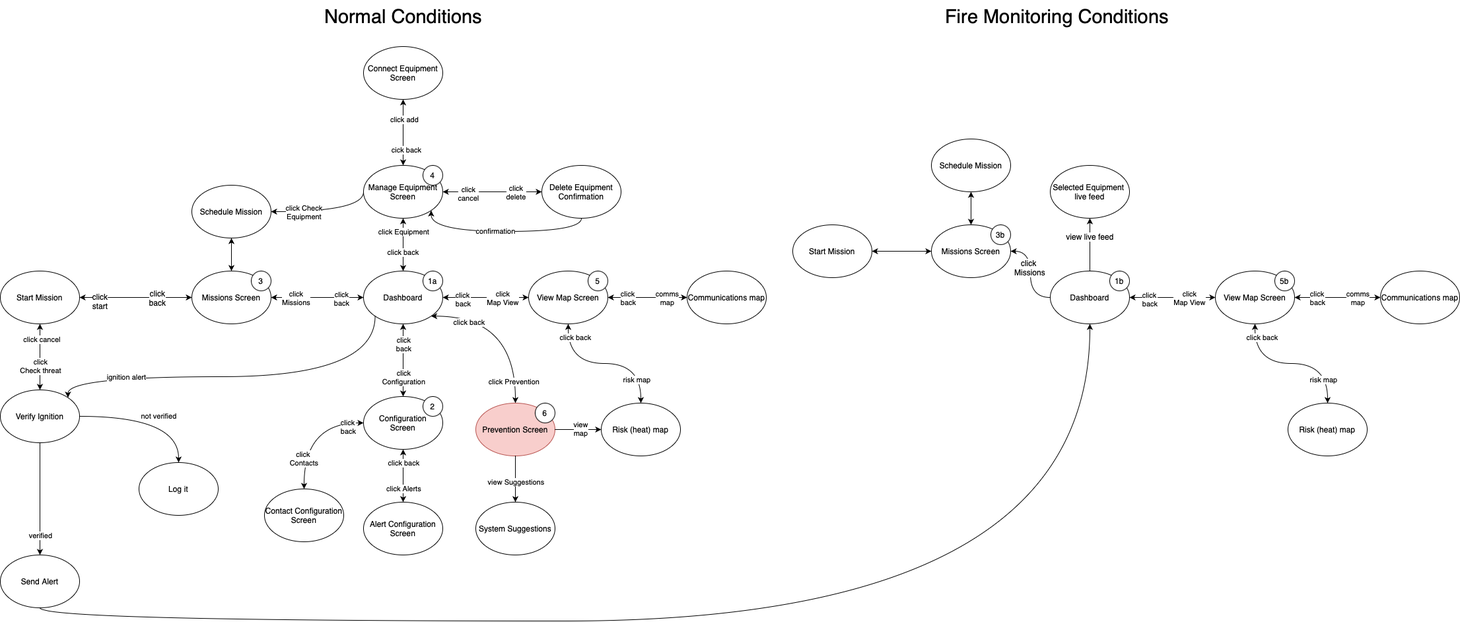
This is PDM.drawio.png from Fire-Prevention/fire-prevention, a draw.io export, as it was before one commit. Source tidied: cells renumbered, new cells last; positions are measured from the earlier drawing's top-left corner, leaving out a move shared by most shapes.
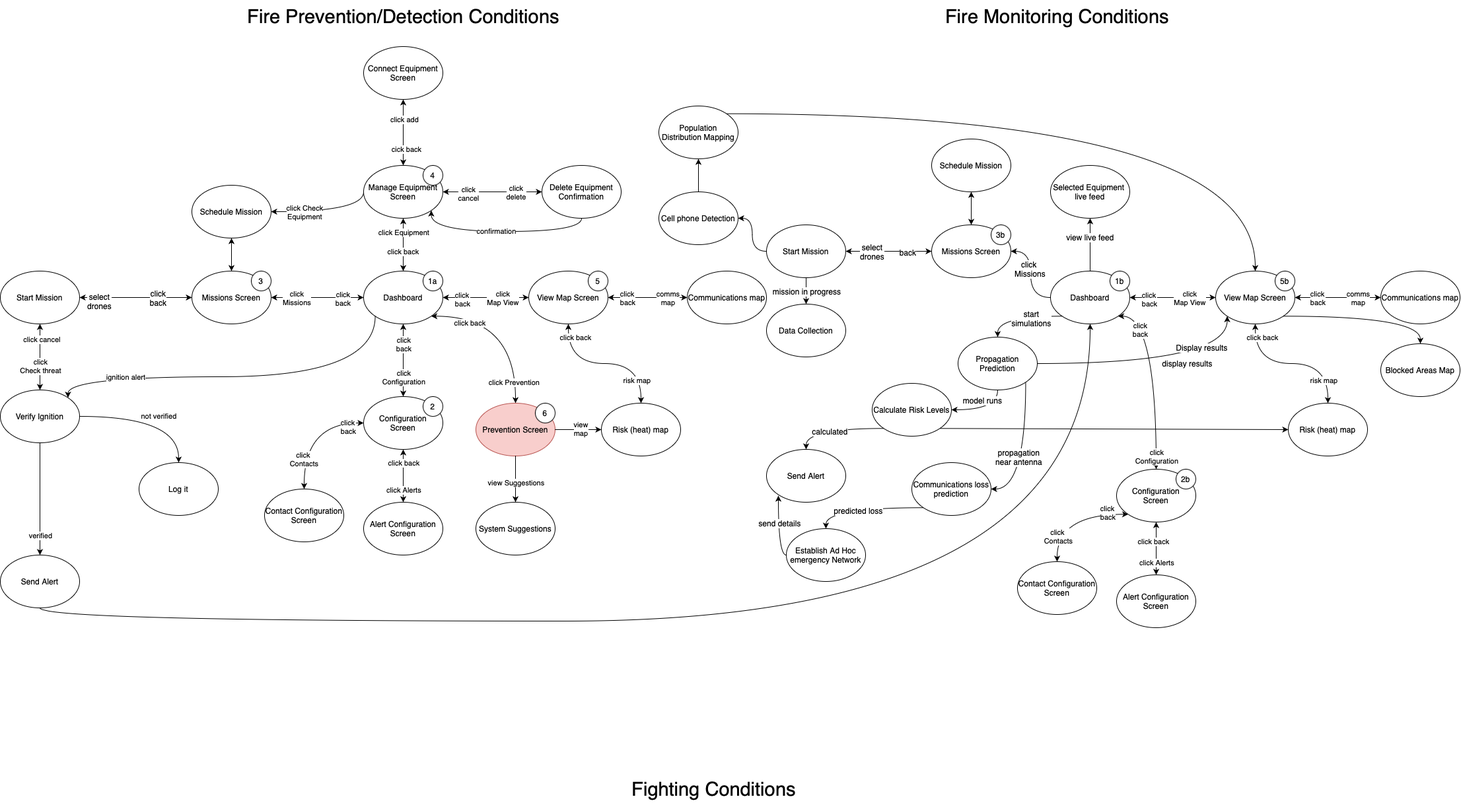
The same file after the commit.

The edit, as a diff of the source:
```diff
@@ -98,7 +98,7 @@
     <mxCell id="29" style="edgeStyle=orthogonalEdgeStyle;curved=1;rounded=0;jettySize=auto;html=1;exitX=0;exitY=0.5;exitDx=0;exitDy=0;startArrow=classic;startFill=1;" parent="1" edge="1" source="24" target="32">
       <mxGeometry relative="1" as="geometry" />
     </mxCell>
-    <mxCell id="30" value="click &lt;br&gt;start" style="edgeLabel;html=1;align=center;verticalAlign=middle;fontSize=12;" parent="29" vertex="1">
+    <mxCell id="30" value="select&lt;br&gt;drones" style="edgeLabel;html=1;align=center;verticalAlign=middle;fontSize=12;" parent="29" vertex="1">
       <mxGeometry x="0.17" y="-5" relative="1" as="geometry">
         <mxPoint x="-41" y="10" as="offset" />
       </mxGeometry>
@@ -325,8 +325,8 @@
         <mxPoint x="-328" y="4" as="offset" />
       </mxGeometry>
     </mxCell>
-    <mxCell id="89" value="&lt;font style=&quot;font-size: 29px;&quot;&gt;Normal Conditions&lt;/font&gt;" style="text;html=1;align=center;verticalAlign=middle;strokeColor=none;fillColor=none;" parent="1" vertex="1">
-      <mxGeometry x="480" width="260" height="50" as="geometry" />
+    <mxCell id="89" value="&lt;font style=&quot;font-size: 29px;&quot;&gt;Fire Prevention/Detection Conditions&lt;/font&gt;" style="text;html=1;align=center;verticalAlign=middle;strokeColor=none;fillColor=none;" parent="1" vertex="1">
+      <mxGeometry x="360" width="500" height="50" as="geometry" />
     </mxCell>
     <mxCell id="90" value="&lt;font style=&quot;font-size: 29px;&quot;&gt;Fire Monitoring Conditions&lt;/font&gt;" style="text;html=1;align=center;verticalAlign=middle;strokeColor=none;fillColor=none;" parent="1" vertex="1">
       <mxGeometry x="1420" width="360" height="50" as="geometry" />
@@ -417,8 +417,16 @@
     <mxCell id="114" style="edgeStyle=orthogonalEdgeStyle;curved=1;rounded=0;jettySize=auto;html=1;exitX=0;exitY=0.5;exitDx=0;exitDy=0;startArrow=classic;startFill=1;" parent="1" edge="1" source="112" target="115">
       <mxGeometry relative="1" as="geometry" />
     </mxCell>
+    <mxCell id="122" value="select&lt;br&gt;drones" style="edgeLabel;html=1;align=center;verticalAlign=middle;fontSize=12;" parent="114" vertex="1">
+      <mxGeometry x="-0.33" y="-4" relative="1" as="geometry">
+        <mxPoint x="-46" y="4" as="offset" />
+      </mxGeometry>
+    </mxCell>
+    <mxCell id="123" value="back" style="edgeLabel;html=1;align=center;verticalAlign=middle;fontSize=12;" parent="114" vertex="1">
+      <mxGeometry x="-0.43" y="1" relative="1" as="geometry" />
+    </mxCell>
     <mxCell id="115" style="group;" parent="1" vertex="1">
-      <mxGeometry x="1200" y="340" width="120" height="80" as="geometry" />
+      <mxGeometry x="1160" y="340" width="120" height="80" as="geometry" />
     </mxCell>
     <mxCell id="116" value="Start Mission" style="ellipse;whiteSpace=wrap;html=1;" parent="115" vertex="1">
       <mxGeometry width="120" height="80" as="geometry" />
@@ -440,5 +448,189 @@
     <mxCell id="121" value="Schedule Mission" style="ellipse;whiteSpace=wrap;html=1;" parent="120" vertex="1">
       <mxGeometry y="-20" width="120" height="80" as="geometry" />
     </mxCell>
+    <mxCell id="124" style="edgeStyle=orthogonalEdgeStyle;curved=1;rounded=0;jettySize=auto;html=1;exitX=0.5;exitY=1;exitDx=0;exitDy=0;fontSize=12;startArrow=none;startFill=0;" parent="1" edge="1" source="116" target="126">
+      <mxGeometry relative="1" as="geometry" />
+    </mxCell>
+    <mxCell id="125" value="mission in progress&lt;br&gt;" style="edgeLabel;html=1;align=center;verticalAlign=middle;fontSize=12;" parent="124" vertex="1">
+      <mxGeometry x="0.41" relative="1" as="geometry">
+        <mxPoint y="-8" as="offset" />
+      </mxGeometry>
+    </mxCell>
+    <mxCell id="126" value="Data Collection" style="ellipse;whiteSpace=wrap;html=1;fontSize=12;" parent="1" vertex="1">
+      <mxGeometry x="1160" y="460" width="120" height="80" as="geometry" />
+    </mxCell>
+    <mxCell id="127" style="edgeStyle=orthogonalEdgeStyle;curved=1;rounded=0;jettySize=auto;html=1;exitX=0;exitY=0.5;exitDx=0;exitDy=0;fontSize=12;startArrow=none;startFill=0;" parent="1" edge="1" source="116" target="129">
+      <mxGeometry relative="1" as="geometry" />
+    </mxCell>
+    <mxCell id="128" style="edgeStyle=orthogonalEdgeStyle;curved=1;rounded=0;jettySize=auto;html=1;exitX=0.5;exitY=0;exitDx=0;exitDy=0;fontSize=12;startArrow=none;startFill=0;" parent="1" edge="1" source="129" target="131">
+      <mxGeometry relative="1" as="geometry" />
+    </mxCell>
+    <mxCell id="129" value="Cell phone Detection" style="ellipse;whiteSpace=wrap;html=1;fontSize=12;" parent="1" vertex="1">
+      <mxGeometry x="997" y="290" width="120" height="80" as="geometry" />
+    </mxCell>
+    <mxCell id="130" style="edgeStyle=orthogonalEdgeStyle;curved=1;rounded=0;jettySize=auto;html=1;exitX=1;exitY=0;exitDx=0;exitDy=0;entryX=0.5;entryY=0;entryDx=0;entryDy=0;fontSize=12;startArrow=none;startFill=0;" parent="1" edge="1" source="131" target="98">
+      <mxGeometry relative="1" as="geometry" />
+    </mxCell>
+    <mxCell id="131" value="Population Distribution Mapping" style="ellipse;whiteSpace=wrap;html=1;fontSize=12;" parent="1" vertex="1">
+      <mxGeometry x="997" y="160" width="120" height="80" as="geometry" />
+    </mxCell>
+    <mxCell id="132" style="edgeStyle=orthogonalEdgeStyle;curved=1;rounded=0;jettySize=auto;html=1;exitX=0;exitY=1;exitDx=0;exitDy=0;fontSize=12;startArrow=none;startFill=0;" parent="1" edge="1" source="92" target="140">
+      <mxGeometry relative="1" as="geometry" />
+    </mxCell>
+    <mxCell id="133" value="start&lt;br&gt;simulations" style="edgeLabel;html=1;align=center;verticalAlign=middle;fontSize=12;" parent="132" vertex="1">
+      <mxGeometry x="0.06" y="9" relative="1" as="geometry">
+        <mxPoint x="20" y="-7" as="offset" />
+      </mxGeometry>
+    </mxCell>
+    <mxCell id="134" style="edgeStyle=orthogonalEdgeStyle;curved=1;rounded=0;jettySize=auto;html=1;exitX=1;exitY=0.5;exitDx=0;exitDy=0;entryX=0;entryY=1;entryDx=0;entryDy=0;fontSize=12;startArrow=none;startFill=0;" parent="1" edge="1" source="140" target="98">
+      <mxGeometry relative="1" as="geometry" />
+    </mxCell>
+    <mxCell id="135" value="Display results" style="edgeLabel;html=1;align=center;verticalAlign=middle;fontSize=12;" parent="134" vertex="1">
+      <mxGeometry x="0.38" y="25" relative="1" as="geometry" />
+    </mxCell>
+    <mxCell id="136" style="edgeStyle=orthogonalEdgeStyle;curved=1;rounded=0;jettySize=auto;html=1;exitX=0.5;exitY=1;exitDx=0;exitDy=0;fontSize=12;startArrow=none;startFill=0;" parent="1" edge="1" source="140" target="145">
+      <mxGeometry relative="1" as="geometry" />
+    </mxCell>
+    <mxCell id="137" value="model runs" style="edgeLabel;html=1;align=center;verticalAlign=middle;fontSize=12;" parent="136" vertex="1">
+      <mxGeometry x="0.28" y="-4" relative="1" as="geometry">
+        <mxPoint x="11" y="-11" as="offset" />
+      </mxGeometry>
+    </mxCell>
+    <mxCell id="138" style="edgeStyle=orthogonalEdgeStyle;curved=1;rounded=0;jettySize=auto;html=1;exitX=1;exitY=1;exitDx=0;exitDy=0;fontSize=12;startArrow=none;startFill=0;" parent="1" edge="1" source="140" target="166">
+      <mxGeometry relative="1" as="geometry">
+        <Array as="points">
+          <mxPoint x="1552" y="740" />
+        </Array>
+      </mxGeometry>
+    </mxCell>
+    <mxCell id="139" value="propagation&lt;br&gt;near antenna" style="edgeLabel;html=1;align=center;verticalAlign=middle;fontSize=12;" parent="138" vertex="1">
+      <mxGeometry x="0.09" y="-9" relative="1" as="geometry">
+        <mxPoint x="-3" y="-5" as="offset" />
+      </mxGeometry>
+    </mxCell>
+    <mxCell id="140" value="Propagation Prediction" style="ellipse;whiteSpace=wrap;html=1;fontSize=12;" parent="1" vertex="1">
+      <mxGeometry x="1450" y="510" width="120" height="80" as="geometry" />
+    </mxCell>
+    <mxCell id="141" style="edgeStyle=orthogonalEdgeStyle;curved=1;rounded=0;jettySize=auto;html=1;exitX=1;exitY=1;exitDx=0;exitDy=0;entryX=0;entryY=0.5;entryDx=0;entryDy=0;fontSize=12;startArrow=none;startFill=0;" parent="1" edge="1" source="145" target="103">
+      <mxGeometry relative="1" as="geometry">
+        <Array as="points">
+          <mxPoint x="1422" y="650" />
+        </Array>
+      </mxGeometry>
+    </mxCell>
+    <mxCell id="142" value="display results" style="edgeLabel;html=1;align=center;verticalAlign=middle;fontSize=12;" parent="141" vertex="1">
+      <mxGeometry x="0.11" y="17" relative="1" as="geometry">
+        <mxPoint x="81" y="-83" as="offset" />
+      </mxGeometry>
+    </mxCell>
+    <mxCell id="143" style="edgeStyle=orthogonalEdgeStyle;curved=1;rounded=0;jettySize=auto;html=1;exitX=0;exitY=1;exitDx=0;exitDy=0;fontSize=12;startArrow=none;startFill=0;" parent="1" edge="1" source="145" target="146">
+      <mxGeometry relative="1" as="geometry" />
+    </mxCell>
+    <mxCell id="144" value="calculated" style="edgeLabel;html=1;align=center;verticalAlign=middle;fontSize=12;" parent="143" vertex="1">
+      <mxGeometry x="0.19" y="3" relative="1" as="geometry">
+        <mxPoint x="5" as="offset" />
+      </mxGeometry>
+    </mxCell>
+    <mxCell id="145" value="Calculate Risk Levels" style="ellipse;whiteSpace=wrap;html=1;fontSize=12;" parent="1" vertex="1">
+      <mxGeometry x="1320" y="580" width="120" height="80" as="geometry" />
+    </mxCell>
+    <mxCell id="146" value="Send Alert" style="ellipse;whiteSpace=wrap;html=1;fontSize=12;" parent="1" vertex="1">
+      <mxGeometry x="1160" y="680" width="120" height="80" as="geometry" />
+    </mxCell>
+    <mxCell id="147" style="edgeStyle=orthogonalEdgeStyle;curved=1;rounded=0;jettySize=auto;html=1;exitX=1;exitY=1;exitDx=0;exitDy=0;startArrow=classic;startFill=1;" parent="1" edge="1" source="92" target="151">
+      <mxGeometry relative="1" as="geometry">
+        <Array as="points">
+          <mxPoint x="1750" y="478" />
+        </Array>
+      </mxGeometry>
+    </mxCell>
+    <mxCell id="148" value="click&lt;br&gt;Configuration" style="edgeLabel;html=1;align=center;verticalAlign=middle;" parent="147" vertex="1">
+      <mxGeometry x="-0.03" y="-1" relative="1" as="geometry">
+        <mxPoint x="1" y="129" as="offset" />
+      </mxGeometry>
+    </mxCell>
+    <mxCell id="149" value="click&lt;br&gt;back" style="edgeLabel;html=1;align=center;verticalAlign=middle;" parent="1" vertex="1">
+      <mxGeometry x="1730" y="450" as="geometry">
+        <mxPoint x="-5" y="48" as="offset" />
+      </mxGeometry>
+    </mxCell>
+    <mxCell id="150" style="group;" parent="1" vertex="1">
+      <mxGeometry x="1690" y="710" width="120" height="80" as="geometry" />
+    </mxCell>
+    <mxCell id="151" value="Configuration&lt;br&gt;Screen" style="ellipse;whiteSpace=wrap;html=1;" parent="150" vertex="1">
+      <mxGeometry width="120" height="80" as="geometry" />
+    </mxCell>
+    <mxCell id="152" value="2b" style="ellipse;whiteSpace=wrap;html=1;" parent="150" vertex="1">
+      <mxGeometry x="90" width="30" height="30" as="geometry" />
+    </mxCell>
+    <mxCell id="153" style="edgeStyle=orthogonalEdgeStyle;curved=1;rounded=0;jettySize=auto;html=1;exitX=0;exitY=1;exitDx=0;exitDy=0;startArrow=classic;startFill=1;" parent="1" edge="1" source="151" target="155">
+      <mxGeometry relative="1" as="geometry" />
+    </mxCell>
+    <mxCell id="154" value="click &lt;br&gt;Contacts" style="edgeLabel;html=1;align=center;verticalAlign=middle;" parent="153" vertex="1">
+      <mxGeometry x="0.18" y="1" relative="1" as="geometry">
+        <mxPoint x="-2" y="31" as="offset" />
+      </mxGeometry>
+    </mxCell>
+    <mxCell id="155" style="group;" parent="1" vertex="1">
+      <mxGeometry x="1540" y="850" width="120" height="80" as="geometry" />
+    </mxCell>
+    <mxCell id="156" value="Contact Configuration Screen" style="ellipse;whiteSpace=wrap;html=1;" parent="155" vertex="1">
+      <mxGeometry width="120" height="80" as="geometry" />
+    </mxCell>
+    <mxCell id="157" value="click &lt;br&gt;back" style="edgeLabel;html=1;align=center;verticalAlign=middle;" parent="1" vertex="1">
+      <mxGeometry x="1670" y="780" as="geometry">
+        <mxPoint x="6" y="-5" as="offset" />
+      </mxGeometry>
+    </mxCell>
+    <mxCell id="158" style="edgeStyle=orthogonalEdgeStyle;curved=1;rounded=0;jettySize=auto;html=1;exitX=0.5;exitY=1;exitDx=0;exitDy=0;startArrow=classic;startFill=1;entryX=0.5;entryY=0;entryDx=0;entryDy=0;" parent="1" edge="1" source="151" target="160">
+      <mxGeometry relative="1" as="geometry" />
+    </mxCell>
+    <mxCell id="159" value="click Alerts" style="edgeLabel;html=1;align=center;verticalAlign=middle;" parent="158" vertex="1">
+      <mxGeometry x="0.23" relative="1" as="geometry">
+        <mxPoint y="11" as="offset" />
+      </mxGeometry>
+    </mxCell>
+    <mxCell id="160" value="Alert Configuration Screen" style="ellipse;whiteSpace=wrap;html=1;" parent="1" vertex="1">
+      <mxGeometry x="1690" y="870" width="120" height="80" as="geometry" />
+    </mxCell>
+    <mxCell id="161" value="click back" style="edgeLabel;html=1;align=center;verticalAlign=middle;" parent="1" vertex="1">
+      <mxGeometry x="1750" y="840" as="geometry">
+        <mxPoint x="-5" y="-21" as="offset" />
+      </mxGeometry>
+    </mxCell>
+    <mxCell id="162" style="edgeStyle=orthogonalEdgeStyle;curved=1;rounded=0;jettySize=auto;html=1;exitX=1;exitY=1;exitDx=0;exitDy=0;fontSize=12;startArrow=none;startFill=0;" parent="1" edge="1" source="98" target="163">
+      <mxGeometry relative="1" as="geometry" />
+    </mxCell>
+    <mxCell id="163" value="Blocked Areas Map" style="ellipse;whiteSpace=wrap;html=1;fontSize=12;" parent="1" vertex="1">
+      <mxGeometry x="2090" y="520" width="120" height="80" as="geometry" />
+    </mxCell>
+    <mxCell id="164" style="edgeStyle=orthogonalEdgeStyle;curved=1;rounded=0;jettySize=auto;html=1;exitX=0;exitY=1;exitDx=0;exitDy=0;fontSize=12;startArrow=none;startFill=0;" parent="1" edge="1" source="166" target="169">
+      <mxGeometry relative="1" as="geometry" />
+    </mxCell>
+    <mxCell id="165" value="predicted loss" style="edgeLabel;html=1;align=center;verticalAlign=middle;fontSize=12;" parent="164" vertex="1">
+      <mxGeometry x="0.12" y="3" relative="1" as="geometry" />
+    </mxCell>
+    <mxCell id="166" value="Communications loss prediction" style="ellipse;whiteSpace=wrap;html=1;fontSize=12;" parent="1" vertex="1">
+      <mxGeometry x="1380" y="700" width="120" height="80" as="geometry" />
+    </mxCell>
+    <mxCell id="167" style="edgeStyle=orthogonalEdgeStyle;curved=1;rounded=0;jettySize=auto;html=1;exitX=0;exitY=0.5;exitDx=0;exitDy=0;fontSize=12;startArrow=none;startFill=0;" parent="1" edge="1" source="169">
+      <mxGeometry relative="1" as="geometry">
+        <mxPoint x="1178" y="750" as="targetPoint" />
+        <Array as="points">
+          <mxPoint x="1178" y="840" />
+        </Array>
+      </mxGeometry>
+    </mxCell>
+    <mxCell id="168" value="send details" style="edgeLabel;html=1;align=center;verticalAlign=middle;fontSize=12;" parent="167" vertex="1">
+      <mxGeometry x="0.1" y="-1" relative="1" as="geometry">
+        <mxPoint y="-6" as="offset" />
+      </mxGeometry>
+    </mxCell>
+    <mxCell id="169" value="Establish Ad Hoc emergency Network" style="ellipse;whiteSpace=wrap;html=1;fontSize=12;" parent="1" vertex="1">
+      <mxGeometry x="1190" y="800" width="120" height="80" as="geometry" />
+    </mxCell>
+    <mxCell id="170" value="&lt;font style=&quot;font-size: 29px;&quot;&gt;Fighting Conditions&lt;/font&gt;" style="text;html=1;align=center;verticalAlign=middle;strokeColor=none;fillColor=none;" parent="1" vertex="1">
+      <mxGeometry x="945" y="1170" width="270" height="50" as="geometry" />
+    </mxCell>
   </root>
 </mxGraphModel>
```
